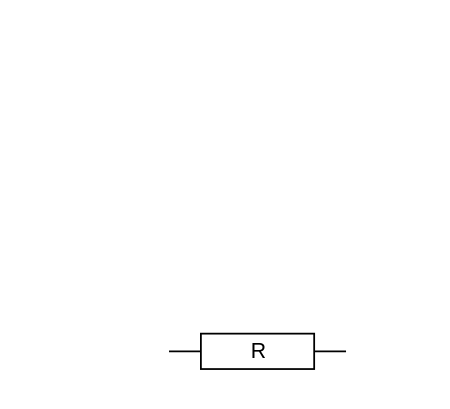
Earlier version of the draw.io diagram page "Page-3" (3 of 3) of stromkreise.drawio (JoernWVSG/diagram). Source tidied: cells renumbered, new cells numbered last; positions are measured from the earlier drawing's top-left corner, leaving out a move shared by most shapes. Both pictures are drawn from the tidied source at 177%, with x=0, y=0 at pixel (168, 324).
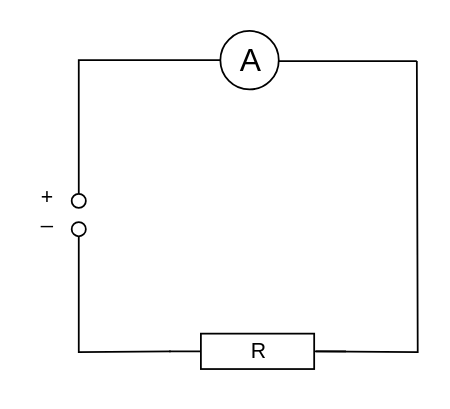
The same diagram, later.

Diff of the diagram source:
```diff
@@
 <mxGraphModel>
   <root>
     <mxCell id="0" />
     <mxCell id="1" parent="0" />
     <mxCell id="2" style="verticalLabelPosition=bottom;shadow=0;dashed=0;align=center;verticalAlign=top;shape=mxgraph.electrical.resistors.resistor_1;" parent="1" vertex="1">
       <mxGeometry y="5" width="100" height="20" as="geometry" />
     </mxCell>
     <mxCell id="3" value="R" style="text;html=1;strokeColor=none;fillColor=none;align=center;verticalAlign=middle;whiteSpace=wrap;rounded=0;" parent="1" vertex="1">
       <mxGeometry x="21" width="60" height="30" as="geometry" />
     </mxCell>
+    <mxCell id="4" style="verticalLabelPosition=bottom;verticalAlign=top;html=1;shape=mxgraph.flowchart.on-page_reference;" parent="1" vertex="1">
+      <mxGeometry x="-55" y="-74" width="8" height="8" as="geometry" />
+    </mxCell>
+    <mxCell id="5" style="verticalLabelPosition=bottom;verticalAlign=top;html=1;shape=mxgraph.flowchart.on-page_reference;" parent="1" vertex="1">
+      <mxGeometry x="-55" y="-58" width="8" height="8" as="geometry" />
+    </mxCell>
+    <mxCell id="6" value="+" style="text;html=1;align=center;verticalAlign=middle;strokeColor=none;" parent="1" vertex="1">
+      <mxGeometry x="-78" y="-81" width="17" height="18" as="geometry" />
+    </mxCell>
+    <mxCell id="7" value="_" style="text;html=1;align=center;verticalAlign=middle;strokeColor=none;" parent="1" vertex="1">
+      <mxGeometry x="-78" y="-70" width="17" height="18" as="geometry" />
+    </mxCell>
+    <mxCell id="8" style="edgeStyle=orthogonalEdgeStyle;rounded=0;orthogonalLoop=1;jettySize=auto;html=1;endArrow=none;endFill=0;" parent="1" edge="1">
+      <mxGeometry x="166" y="278" as="geometry">
+        <mxPoint x="83" y="15" as="sourcePoint" />
+        <mxPoint x="140" y="-149" as="targetPoint" />
+      </mxGeometry>
+    </mxCell>
+    <mxCell id="9" value="&lt;font style=&quot;font-size: 18px&quot;&gt;A&lt;/font&gt;" style="text;html=1;align=center;verticalAlign=middle;strokeColor=none;" parent="1" vertex="1">
+      <mxGeometry x="34.5" y="-159.5" width="22" height="20" as="geometry" />
+    </mxCell>
+    <mxCell id="10" style="edgeStyle=orthogonalEdgeStyle;rounded=0;jettySize=auto;html=1;entryX=0.5;entryY=1;entryDx=0;entryDy=0;entryPerimeter=0;endArrow=none;endFill=0;" parent="1" edge="1" target="5">
+      <mxGeometry x="166" y="278" as="geometry">
+        <mxPoint x="1" y="15" as="sourcePoint" />
+      </mxGeometry>
+    </mxCell>
+    <mxCell id="11" style="strokeWidth=1;html=1;shape=mxgraph.flowchart.start_2;whiteSpace=wrap;verticalAlign=top;fillColor=none;" parent="1" vertex="1">
+      <mxGeometry x="29" y="-166" width="33" height="33" as="geometry" />
+    </mxCell>
+    <mxCell id="12" style="edgeStyle=orthogonalEdgeStyle;rounded=0;jettySize=auto;html=1;entryX=0.5;entryY=0;entryDx=0;entryDy=0;entryPerimeter=0;endArrow=none;endFill=0;exitX=0;exitY=0.5;exitDx=0;exitDy=0;exitPerimeter=0;" parent="1" edge="1" source="11" target="4">
+      <mxGeometry relative="1" as="geometry" />
+    </mxCell>
+    <mxCell id="13" style="edgeStyle=orthogonalEdgeStyle;rounded=0;jettySize=auto;html=1;endArrow=none;endFill=0;exitX=1;exitY=0.5;exitDx=0;exitDy=0;exitPerimeter=0;" parent="1" edge="1" source="11">
+      <mxGeometry relative="1" as="geometry">
+        <mxPoint x="140" y="-149" as="targetPoint" />
+        <Array as="points">
+          <mxPoint x="140" y="-149" />
+        </Array>
+      </mxGeometry>
+    </mxCell>
   </root>
 </mxGraphModel>
```
